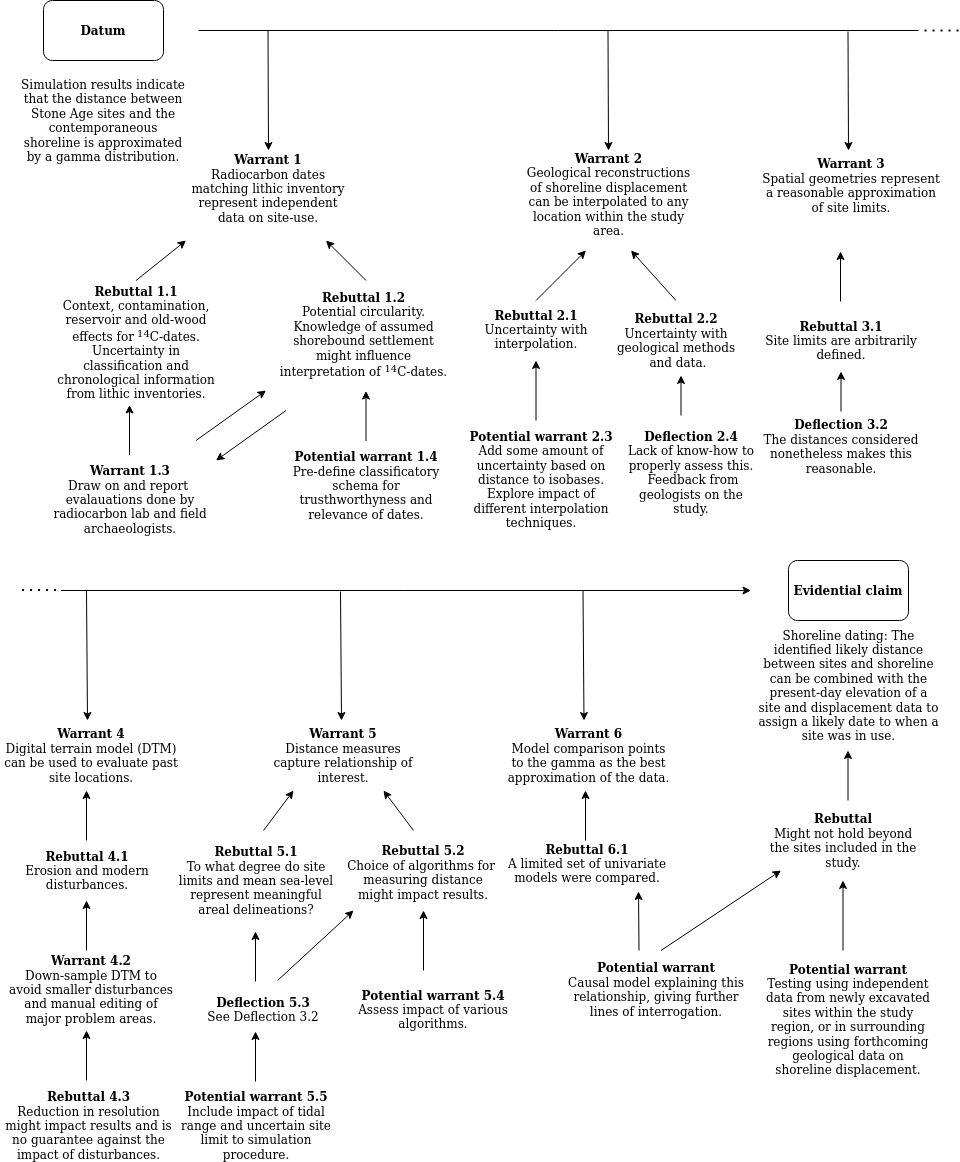
This is figures/toulmin_p1.png from isakro/thesis, a draw.io export, as it was before one commit. Source tidied: cells renumbered, new cells last; positions are measured from the earlier drawing's top-left corner, leaving out a move shared by most shapes.
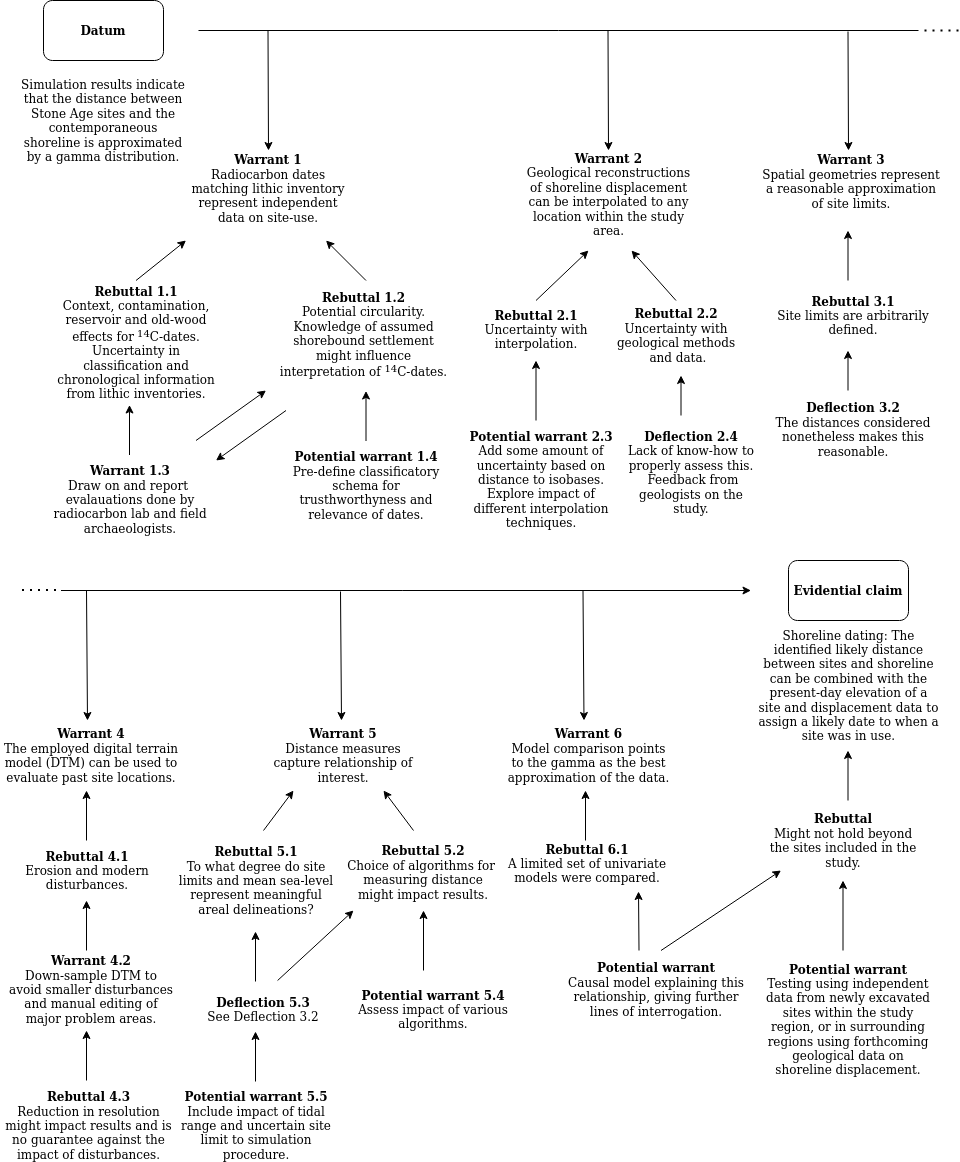
Later version of the same file.

What changed in the source:
```diff
@@ -24,9 +24,9 @@
       <mxGeometry x="520.5" y="170" width="175" height="48" as="geometry" />
     </mxCell>
     <mxCell id="8" value="&lt;div&gt;&lt;b&gt;Warrant 3&lt;br&gt;&lt;/b&gt;&lt;/div&gt;&lt;div&gt;Spatial geometries represent a reasonable approximation of site limits.&lt;br&gt;&lt;/div&gt;" style="text;html=1;strokeColor=none;fillColor=none;align=center;verticalAlign=middle;whiteSpace=wrap;rounded=0;" parent="1" vertex="1">
-      <mxGeometry x="760.5" y="160" width="180" height="50" as="geometry" />
+      <mxGeometry x="760.5" y="156" width="180" height="50" as="geometry" />
     </mxCell>
-    <mxCell id="9" value="&lt;div&gt;&lt;b&gt;Warrant 4&lt;br&gt;&lt;/b&gt;&lt;/div&gt;&lt;div&gt;Digital terrain model (DTM) can be used to evaluate past site locations.&lt;/div&gt;" style="text;html=1;strokeColor=none;fillColor=none;align=center;verticalAlign=middle;whiteSpace=wrap;rounded=0;" parent="1" vertex="1">
+    <mxCell id="9" value="&lt;div&gt;&lt;b&gt;Warrant 4&lt;br&gt;&lt;/b&gt;&lt;/div&gt;&lt;div&gt;The employed digital terrain model (DTM) can be used to evaluate past site locations.&lt;/div&gt;" style="text;html=1;strokeColor=none;fillColor=none;align=center;verticalAlign=middle;whiteSpace=wrap;rounded=0;" parent="1" vertex="1">
       <mxGeometry x="0.5" y="730" width="180" height="50" as="geometry" />
     </mxCell>
     <mxCell id="10" style="endArrow=classic;html=1;rounded=0;" parent="1" edge="1">
@@ -39,7 +39,7 @@
       <mxGeometry x="55.5" y="317" width="160" height="50" as="geometry" />
     </mxCell>
     <mxCell id="12" value="&lt;b&gt;Rebuttal 3.1&lt;br&gt;&lt;/b&gt;&lt;div&gt;Site limits are arbitrarily defined.&lt;br&gt;&lt;/div&gt;" style="text;html=1;strokeColor=none;fillColor=none;align=center;verticalAlign=middle;whiteSpace=wrap;rounded=0;" parent="1" vertex="1">
-      <mxGeometry x="760.5" y="315" width="160" height="50" as="geometry" />
+      <mxGeometry x="773" y="290" width="160" height="50" as="geometry" />
     </mxCell>
     <mxCell id="13" value="&lt;b&gt;Warrant 1.3&lt;br&gt;&lt;/b&gt;&lt;div&gt;Draw on and report&amp;nbsp; evalauations done by radiocarbon lab and field archaeologists.&lt;/div&gt;" style="text;html=1;strokeColor=none;fillColor=none;align=center;verticalAlign=middle;whiteSpace=wrap;rounded=0;" parent="1" vertex="1">
       <mxGeometry x="49.5" y="474" width="160" height="50" as="geometry" />
@@ -52,12 +52,12 @@
     </mxCell>
     <mxCell id="16" style="endArrow=classic;html=1;rounded=0;" parent="1" edge="1">
       <mxGeometry relative="1" as="geometry">
-        <mxPoint x="840" y="301" as="sourcePoint" />
-        <mxPoint x="840" y="251" as="targetPoint" />
+        <mxPoint x="847.5" y="280" as="sourcePoint" />
+        <mxPoint x="847.5" y="230" as="targetPoint" />
       </mxGeometry>
     </mxCell>
     <mxCell id="17" value="&lt;b&gt;Deflection 3.2&lt;br&gt;&lt;/b&gt;&lt;div&gt;The distances considered nonetheless makes this reasonable.&lt;/div&gt;" style="text;html=1;strokeColor=none;fillColor=none;align=center;verticalAlign=middle;whiteSpace=wrap;rounded=0;" parent="1" vertex="1">
-      <mxGeometry x="760.5" y="421" width="160" height="50" as="geometry" />
+      <mxGeometry x="773" y="404" width="160" height="50" as="geometry" />
     </mxCell>
     <mxCell id="18" value="&lt;div&gt;&lt;b&gt;Potential warrant&lt;/b&gt;&lt;/div&gt;&lt;div&gt;Causal model explaining this relationship, giving further lines of interrogation. &lt;br&gt;&lt;/div&gt;" style="text;html=1;strokeColor=none;fillColor=none;align=center;verticalAlign=middle;whiteSpace=wrap;rounded=0;" parent="1" vertex="1">
       <mxGeometry x="565.5" y="964" width="180" height="50" as="geometry" />
@@ -124,8 +124,8 @@
     </mxCell>
     <mxCell id="31" style="endArrow=classic;html=1;rounded=0;" parent="1" edge="1">
       <mxGeometry relative="1" as="geometry">
-        <mxPoint x="840.5" y="411" as="sourcePoint" />
-        <mxPoint x="840.5" y="371" as="targetPoint" />
+        <mxPoint x="847.5" y="390" as="sourcePoint" />
+        <mxPoint x="847.5" y="350" as="targetPoint" />
       </mxGeometry>
     </mxCell>
     <mxCell id="32" style="endArrow=classic;html=1;rounded=0;" parent="1" edge="1">
@@ -171,7 +171,7 @@
       <mxGeometry x="455.5" y="304" width="160" height="50" as="geometry" />
     </mxCell>
     <mxCell id="41" value="&lt;b&gt;Rebuttal 2.2&lt;br&gt;&lt;/b&gt;&lt;div&gt;Uncertainty with geological methods&lt;br&gt;&lt;/div&gt;&amp;nbsp;and data." style="text;html=1;strokeColor=none;fillColor=none;align=center;verticalAlign=middle;whiteSpace=wrap;rounded=0;" parent="1" vertex="1">
-      <mxGeometry x="595.5" y="315" width="160" height="50" as="geometry" />
+      <mxGeometry x="595.5" y="310" width="160" height="50" as="geometry" />
     </mxCell>
     <mxCell id="42" value="&lt;b&gt;Rebuttal 6.1&lt;br&gt;&lt;/b&gt;&lt;div&gt;A limited set of univariate models were compared.&lt;br&gt;&lt;/div&gt;" style="text;html=1;strokeColor=none;fillColor=none;align=center;verticalAlign=middle;whiteSpace=wrap;rounded=0;" parent="1" vertex="1">
       <mxGeometry x="506.5" y="838" width="160" height="50" as="geometry" />
@@ -190,13 +190,13 @@
     <mxCell id="45" style="endArrow=classic;html=1;rounded=0;" parent="1" edge="1">
       <mxGeometry relative="1" as="geometry">
         <mxPoint x="535.5" y="300" as="sourcePoint" />
-        <mxPoint x="585.5" y="250" as="targetPoint" />
+        <mxPoint x="588" y="250" as="targetPoint" />
       </mxGeometry>
     </mxCell>
     <mxCell id="46" style="endArrow=classic;html=1;rounded=0;" parent="1" edge="1">
       <mxGeometry relative="1" as="geometry">
         <mxPoint x="675.5" y="300" as="sourcePoint" />
-        <mxPoint x="630.5" y="250" as="targetPoint" />
+        <mxPoint x="631" y="250" as="targetPoint" />
       </mxGeometry>
     </mxCell>
     <mxCell id="47" value="&lt;b&gt;Rebuttal 4.3&lt;br&gt;&lt;/b&gt;&lt;div&gt;Reduction in resolution might impact results and is no guarantee against the impact of disturbances.&lt;/div&gt;" style="text;html=1;strokeColor=none;fillColor=none;align=center;verticalAlign=middle;whiteSpace=wrap;rounded=0;" parent="1" vertex="1">
```
